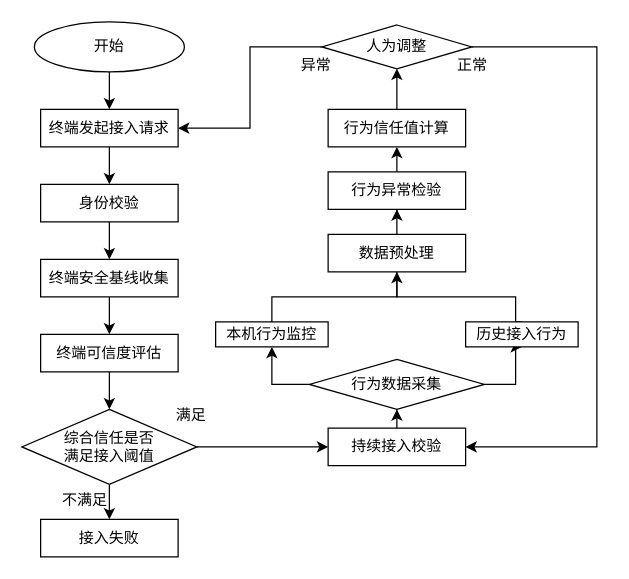
This is testDirectory/系统工作流程.drawio from Moose1273/-, a draw.io file, before an edit. Source tidied: cells renumbered, new cells numbered last; positions are measured from the earlier drawing's top-left corner, leaving out a move shared by most shapes. Both pictures are drawn from the tidied source at 125%, with x=0, y=0 at pixel (21, 21).
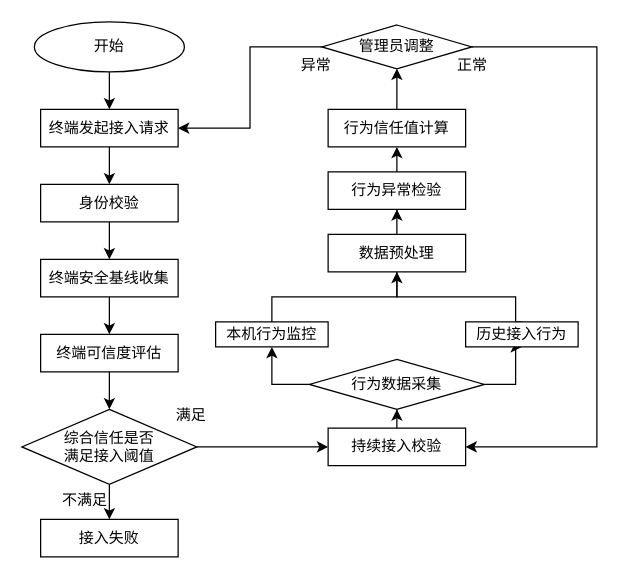
The same page after the edit.

Commit message (it also covers changes not shown here):
更新系统工作流程.drawio

What changed in the source:
```diff
@@
-    <mxCell id="35" value="人为调整" style="rhombus;whiteSpace=wrap;html=1;rounded=0;" parent="1" vertex="1">
+    <mxCell id="35" value="管理员调整" style="rhombus;whiteSpace=wrap;html=1;rounded=0;" parent="1" vertex="1">
       <mxGeometry x="240" y="2.5" width="120" height="35" as="geometry" />
     </mxCell>
```
